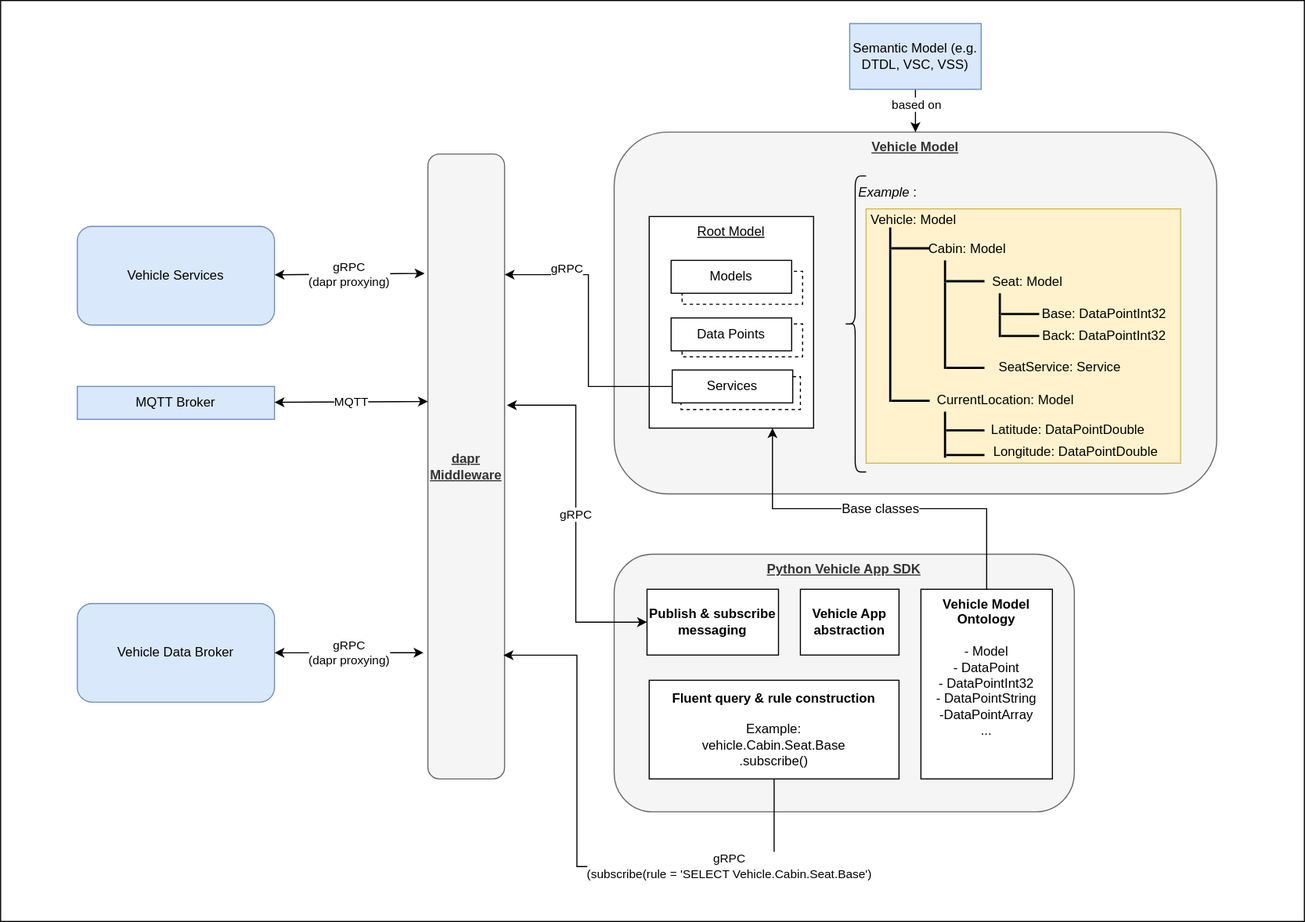
The draw.io diagram static/assets/vehicle_app_sdk_overview.drawio.svg in eclipse-velocitas/velocitas-docs, before a commit. Source tidied: cells renumbered, new cells last; positions are measured from the earlier drawing's top-left corner, leaving out a move shared by most shapes.
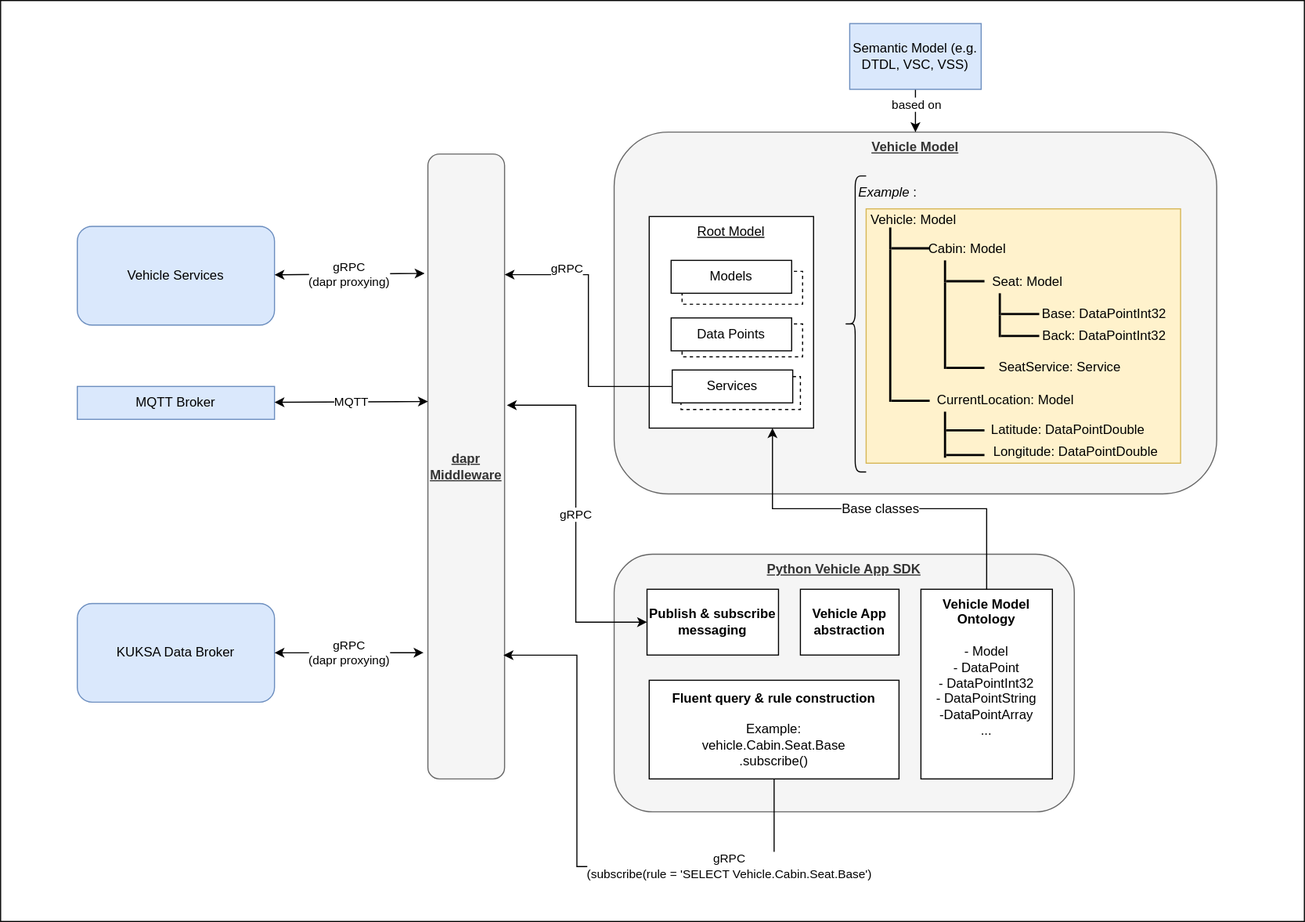
The same file after the commit.

The edit, as a diff of the source:
```diff
@@ -20,7 +20,7 @@
     <mxCell id="7" value="Semantic Model (e.g. DTDL, VSC, VSS)" style="rounded=0;whiteSpace=wrap;html=1;fillColor=#dae8fc;strokeColor=#6c8ebf;" parent="1" vertex="1">
       <mxGeometry x="775" y="21" width="120" height="60" as="geometry" />
     </mxCell>
-    <mxCell id="8" value="Vehicle Data Broker" style="rounded=1;whiteSpace=wrap;html=1;fillColor=#dae8fc;strokeColor=#6c8ebf;" parent="1" vertex="1">
+    <mxCell id="8" value="KUKSA Data Broker" style="rounded=1;whiteSpace=wrap;html=1;fillColor=#dae8fc;strokeColor=#6c8ebf;" parent="1" vertex="1">
       <mxGeometry x="70" y="550" width="180" height="90" as="geometry" />
     </mxCell>
     <mxCell id="9" value="&lt;u&gt;Root Model&lt;/u&gt;" style="rounded=0;whiteSpace=wrap;html=1;verticalAlign=top;" parent="1" vertex="1">
```
